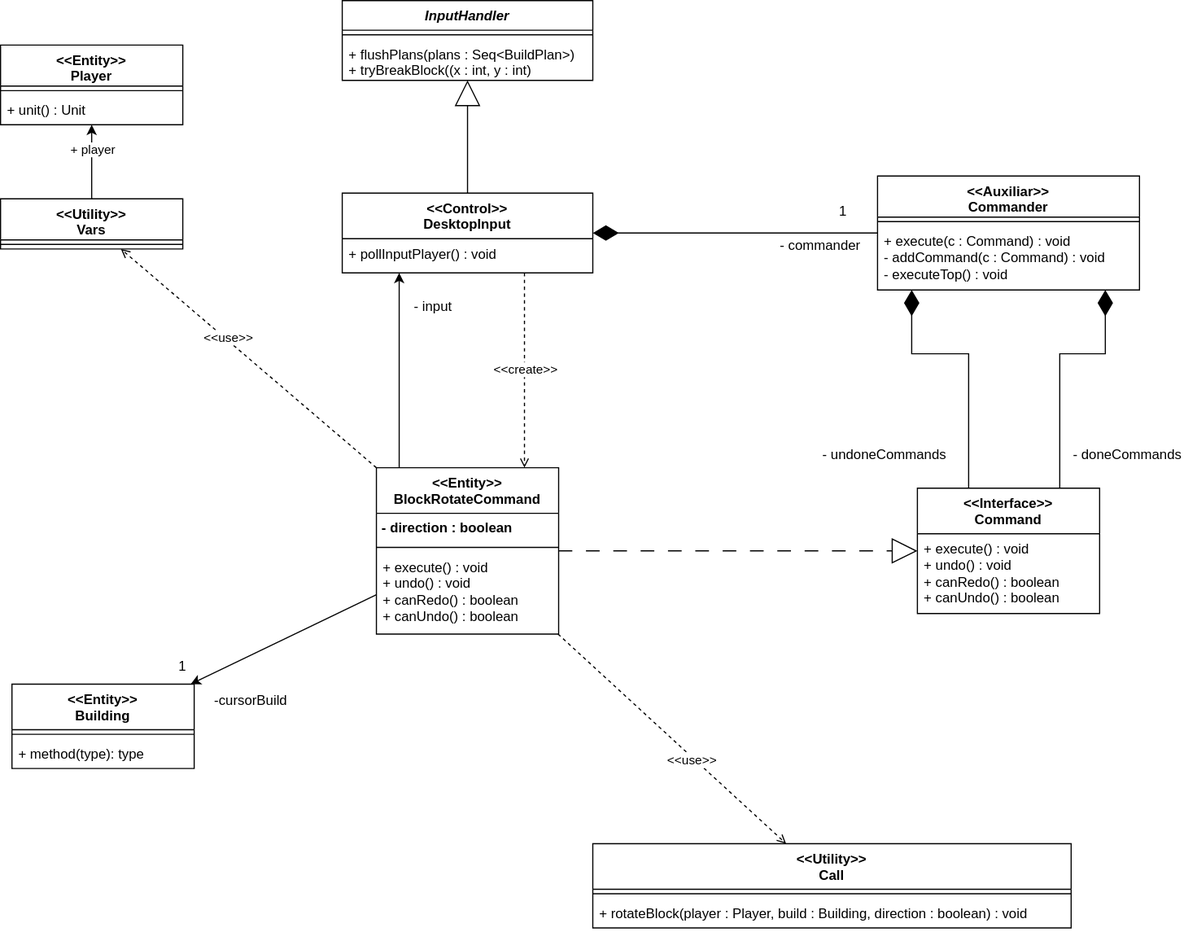
The draw.io diagram SE202526/Milestone3/UserStory1/Assets/RotateBuildingClass.drawio.svg in gabits17/Mindustry-Add-ons-SE-Project, before a commit. Source tidied: cells renumbered, new cells last; positions are measured from the earlier drawing's top-left corner, leaving out a move shared by most shapes.
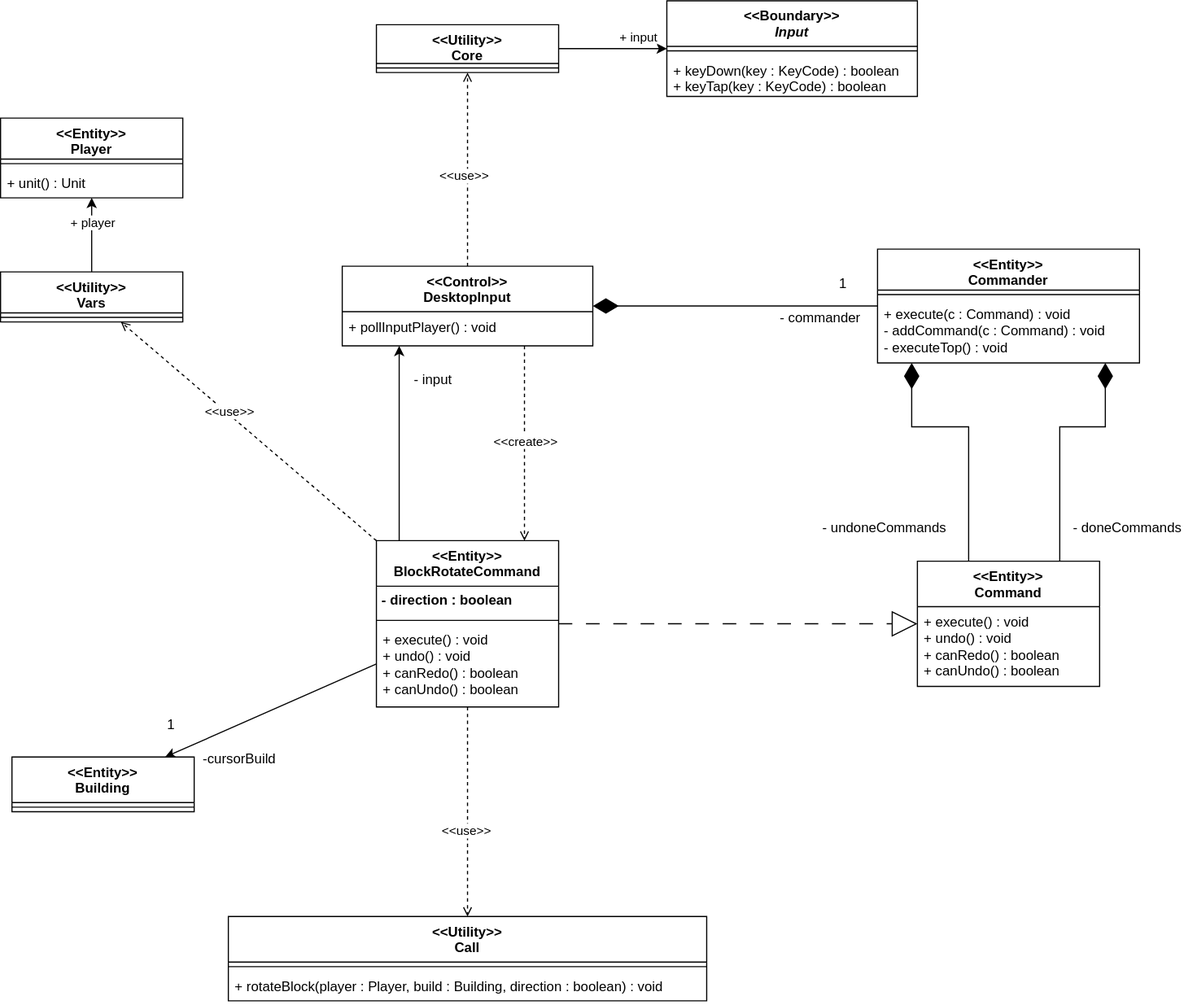
Later version of the same file.

Commit message:
All the class diagrams where changed based on the feedback given by the professor

What changed in the source:
```diff
@@ -15,9 +15,6 @@
         <mxPoint x="-1" as="offset" />
       </mxGeometry>
     </mxCell>
-    <mxCell id="4" style="edgeStyle=orthogonalEdgeStyle;rounded=0;jettySize=auto;html=1;endArrow=block;endFill=0;endSize=20;" parent="1" edge="1" source="5" target="27">
-      <mxGeometry relative="1" as="geometry" />
-    </mxCell>
     <mxCell id="5" value="&lt;div&gt;&amp;lt;&amp;lt;Control&amp;gt;&amp;gt;&lt;/div&gt;&lt;div&gt;DesktopInput&lt;/div&gt;" style="swimlane;fontStyle=1;align=center;verticalAlign=top;horizontal=1;startSize=40;whiteSpace=wrap;html=1;" parent="1" vertex="1">
       <mxGeometry x="300" y="169" width="220" height="70" as="geometry" />
     </mxCell>
@@ -27,7 +24,7 @@
     <mxCell id="7" style="edgeStyle=orthogonalEdgeStyle;rounded=0;jettySize=auto;html=1;endArrow=diamondThin;endFill=1;endSize=20;" parent="1" edge="1" source="8" target="5">
       <mxGeometry relative="1" as="geometry" />
     </mxCell>
-    <mxCell id="8" value="&lt;div&gt;&amp;lt;&amp;lt;Auxiliar&amp;gt;&amp;gt;&lt;/div&gt;&lt;div&gt;Commander&lt;/div&gt;" style="swimlane;fontStyle=1;align=center;verticalAlign=top;horizontal=1;startSize=36;whiteSpace=wrap;html=1;" parent="1" vertex="1">
+    <mxCell id="8" value="&lt;div&gt;&amp;lt;&amp;lt;Entity&amp;gt;&amp;gt;&lt;/div&gt;&lt;div&gt;Commander&lt;/div&gt;" style="swimlane;fontStyle=1;align=center;verticalAlign=top;horizontal=1;startSize=36;whiteSpace=wrap;html=1;" parent="1" vertex="1">
       <mxGeometry x="770" y="154" width="230" height="100" as="geometry" />
     </mxCell>
     <mxCell id="9" style="line;strokeWidth=1;fillColor=none;align=left;verticalAlign=middle;spacingTop=-1;spacingLeft=3;spacingRight=3;labelPosition=right;strokeColor=inherit;" parent="8" vertex="1">
@@ -55,7 +52,7 @@
         </Array>
       </mxGeometry>
     </mxCell>
-    <mxCell id="14" value="&lt;div&gt;&amp;lt;&amp;lt;Interface&amp;gt;&amp;gt;&lt;/div&gt;&lt;div&gt;Command&lt;/div&gt;" style="swimlane;fontStyle=1;align=center;verticalAlign=top;horizontal=1;startSize=40;whiteSpace=wrap;html=1;" parent="1" vertex="1">
+    <mxCell id="14" value="&lt;div&gt;&amp;lt;&amp;lt;Entity&amp;gt;&amp;gt;&lt;/div&gt;&lt;div&gt;Command&lt;/div&gt;" style="swimlane;fontStyle=1;align=center;verticalAlign=top;horizontal=1;startSize=40;whiteSpace=wrap;html=1;" parent="1" vertex="1">
       <mxGeometry x="805" y="428" width="160" height="110" as="geometry" />
     </mxCell>
     <mxCell id="15" value="&lt;div&gt;+ execute() : void&lt;/div&gt;&lt;div&gt;+ undo() : void&lt;/div&gt;&lt;div&gt;+ canRedo() : boolean&lt;/div&gt;&lt;div&gt;+ canUndo() : boolean&lt;/div&gt;" style="text;strokeColor=none;fillColor=none;align=left;verticalAlign=top;spacingLeft=4;spacingRight=4;overflow=hidden;whiteSpace=wrap;html=1;" parent="14" vertex="1">
@@ -99,15 +96,6 @@
     <mxCell id="26" value="&amp;lt;&amp;lt;use&amp;gt;&amp;gt;" style="edgeLabel;html=1;align=center;verticalAlign=middle;" parent="25" vertex="1">
       <mxGeometry x="0.17" y="-2" relative="1" as="geometry" />
     </mxCell>
-    <mxCell id="27" value="&lt;i&gt;InputHandler&lt;/i&gt;" style="swimlane;fontStyle=1;align=center;verticalAlign=top;horizontal=1;startSize=26;whiteSpace=wrap;html=1;" parent="1" vertex="1">
-      <mxGeometry x="300" width="220" height="70" as="geometry" />
-    </mxCell>
-    <mxCell id="28" style="line;strokeWidth=1;fillColor=none;align=left;verticalAlign=middle;spacingTop=-1;spacingLeft=3;spacingRight=3;labelPosition=right;strokeColor=inherit;" parent="27" vertex="1">
-      <mxGeometry y="26" width="220" height="8" as="geometry" />
-    </mxCell>
-    <mxCell id="29" value="&lt;div&gt;+ flushPlans(plans : Seq&amp;lt;BuildPlan&amp;gt;)&lt;/div&gt;&lt;div&gt;&lt;div&gt;+ tryBreakBlock((x : int, y : int)&lt;/div&gt;&lt;br&gt;&lt;/div&gt;" style="text;strokeColor=none;fillColor=none;align=left;verticalAlign=top;spacingLeft=4;spacingRight=4;overflow=hidden;whiteSpace=wrap;html=1;" parent="27" vertex="1">
-      <mxGeometry y="34" width="220" height="36" as="geometry" />
-    </mxCell>
     <mxCell id="30" style="edgeStyle=orthogonalEdgeStyle;rounded=0;jettySize=auto;html=1;" parent="1" edge="1" source="32" target="34">
       <mxGeometry relative="1" as="geometry" />
     </mxCell>
@@ -133,25 +121,22 @@
       <mxGeometry x="710" y="170" width="60" height="30" as="geometry" />
     </mxCell>
     <mxCell id="38" value="&amp;lt;&amp;lt;Entity&amp;gt;&amp;gt;&lt;div&gt;Building&lt;/div&gt;" style="swimlane;fontStyle=1;align=center;verticalAlign=top;horizontal=1;startSize=40;whiteSpace=wrap;html=1;" parent="1" vertex="1">
-      <mxGeometry x="10" y="600" width="160" height="74" as="geometry" />
+      <mxGeometry x="10" y="600" width="160" height="48" as="geometry" />
     </mxCell>
     <mxCell id="39" style="line;strokeWidth=1;fillColor=none;align=left;verticalAlign=middle;spacingTop=-1;spacingLeft=3;spacingRight=3;labelPosition=right;strokeColor=inherit;" parent="38" vertex="1">
       <mxGeometry y="40" width="160" height="8" as="geometry" />
     </mxCell>
-    <mxCell id="40" value="+ method(type): type" style="text;strokeColor=none;fillColor=none;align=left;verticalAlign=top;spacingLeft=4;spacingRight=4;overflow=hidden;whiteSpace=wrap;html=1;" parent="38" vertex="1">
-      <mxGeometry y="48" width="160" height="26" as="geometry" />
-    </mxCell>
     <mxCell id="41" style="endArrow=classic;html=1;rounded=0;" parent="1" edge="1" source="19" target="38">
       <mxGeometry relative="1" as="geometry" />
     </mxCell>
     <mxCell id="42" value="-cursorBuild" style="text;html=1;whiteSpace=wrap;strokeColor=none;fillColor=none;align=center;verticalAlign=middle;rounded=0;" parent="1" vertex="1">
-      <mxGeometry x="180" y="600" width="80" height="30" as="geometry" />
+      <mxGeometry x="170" y="587" width="80" height="30" as="geometry" />
     </mxCell>
     <mxCell id="43" value="1" style="text;html=1;whiteSpace=wrap;strokeColor=none;fillColor=none;align=center;verticalAlign=middle;rounded=0;" parent="1" vertex="1">
-      <mxGeometry x="130" y="570" width="60" height="30" as="geometry" />
+      <mxGeometry x="120" y="557" width="60" height="30" as="geometry" />
     </mxCell>
     <mxCell id="44" value="&amp;lt;&amp;lt;Utility&amp;gt;&amp;gt;&lt;div&gt;Call&lt;/div&gt;" style="swimlane;fontStyle=1;align=center;verticalAlign=top;horizontal=1;startSize=40;whiteSpace=wrap;html=1;" parent="1" vertex="1">
-      <mxGeometry x="520" y="740" width="420" height="74" as="geometry" />
+      <mxGeometry x="200" y="740" width="420" height="74" as="geometry" />
     </mxCell>
     <mxCell id="45" style="line;strokeWidth=1;fillColor=none;align=left;verticalAlign=middle;spacingTop=-1;spacingLeft=3;spacingRight=3;labelPosition=right;strokeColor=inherit;" parent="44" vertex="1">
       <mxGeometry y="40" width="420" height="8" as="geometry" />
@@ -165,5 +150,36 @@
     <mxCell id="48" value="&amp;lt;&amp;lt;use&amp;gt;&amp;gt;" style="edgeLabel;html=1;align=center;verticalAlign=middle;" parent="47" vertex="1">
       <mxGeometry x="0.17" y="-2" relative="1" as="geometry" />
     </mxCell>
+    <mxCell id="49" style="edgeStyle=orthogonalEdgeStyle;rounded=0;jettySize=auto;html=1;" parent="1" edge="1" source="51" target="55">
+      <mxGeometry relative="1" as="geometry" />
+    </mxCell>
+    <mxCell id="50" value="+ input" style="edgeLabel;html=1;align=center;verticalAlign=middle;" parent="49" vertex="1">
+      <mxGeometry x="0.79" relative="1" as="geometry">
+        <mxPoint x="-15" y="-11" as="offset" />
+      </mxGeometry>
+    </mxCell>
+    <mxCell id="51" value="&lt;div&gt;&amp;lt;&amp;lt;Utility&amp;gt;&amp;gt;&lt;/div&gt;&lt;div&gt;Core&lt;/div&gt;" style="swimlane;fontStyle=1;align=center;verticalAlign=top;horizontal=1;startSize=34;whiteSpace=wrap;html=1;" parent="1" vertex="1">
+      <mxGeometry x="330" y="-43" width="160" height="42" as="geometry" />
+    </mxCell>
+    <mxCell id="52" style="line;strokeWidth=1;fillColor=none;align=left;verticalAlign=middle;spacingTop=-1;spacingLeft=3;spacingRight=3;labelPosition=right;strokeColor=inherit;" parent="51" vertex="1">
+      <mxGeometry y="34" width="160" height="8" as="geometry" />
+    </mxCell>
+    <mxCell id="53" style="edgeStyle=orthogonalEdgeStyle;rounded=0;jettySize=auto;html=1;dashed=1;endArrow=open;endFill=0;" parent="1" edge="1" source="5" target="51">
+      <mxGeometry relative="1" as="geometry" />
+    </mxCell>
+    <mxCell id="54" value="&amp;lt;&amp;lt;use&amp;gt;&amp;gt;" style="edgeLabel;html=1;align=center;verticalAlign=middle;" parent="53" vertex="1">
+      <mxGeometry x="-0.05" y="2" relative="1" as="geometry">
+        <mxPoint x="-2" as="offset" />
+      </mxGeometry>
+    </mxCell>
+    <mxCell id="55" value="&amp;lt;&amp;lt;Boundary&amp;gt;&amp;gt;&lt;div&gt;&lt;i&gt;Input&lt;/i&gt;&lt;/div&gt;" style="swimlane;fontStyle=1;align=center;verticalAlign=top;horizontal=1;startSize=40;whiteSpace=wrap;html=1;" parent="1" vertex="1">
+      <mxGeometry x="585" y="-64" width="220" height="84" as="geometry" />
+    </mxCell>
+    <mxCell id="56" style="line;strokeWidth=1;fillColor=none;align=left;verticalAlign=middle;spacingTop=-1;spacingLeft=3;spacingRight=3;labelPosition=right;strokeColor=inherit;" parent="55" vertex="1">
+      <mxGeometry y="40" width="220" height="8" as="geometry" />
+    </mxCell>
+    <mxCell id="57" value="&lt;div&gt;+ keyDown(key : KeyCode) : boolean&lt;/div&gt;&lt;div&gt;+ keyTap(key : KeyCode) : boolean&lt;/div&gt;" style="text;strokeColor=none;fillColor=none;align=left;verticalAlign=top;spacingLeft=4;spacingRight=4;overflow=hidden;whiteSpace=wrap;html=1;" parent="55" vertex="1">
+      <mxGeometry y="48" width="220" height="36" as="geometry" />
+    </mxCell>
   </root>
 </mxGraphModel>
```
